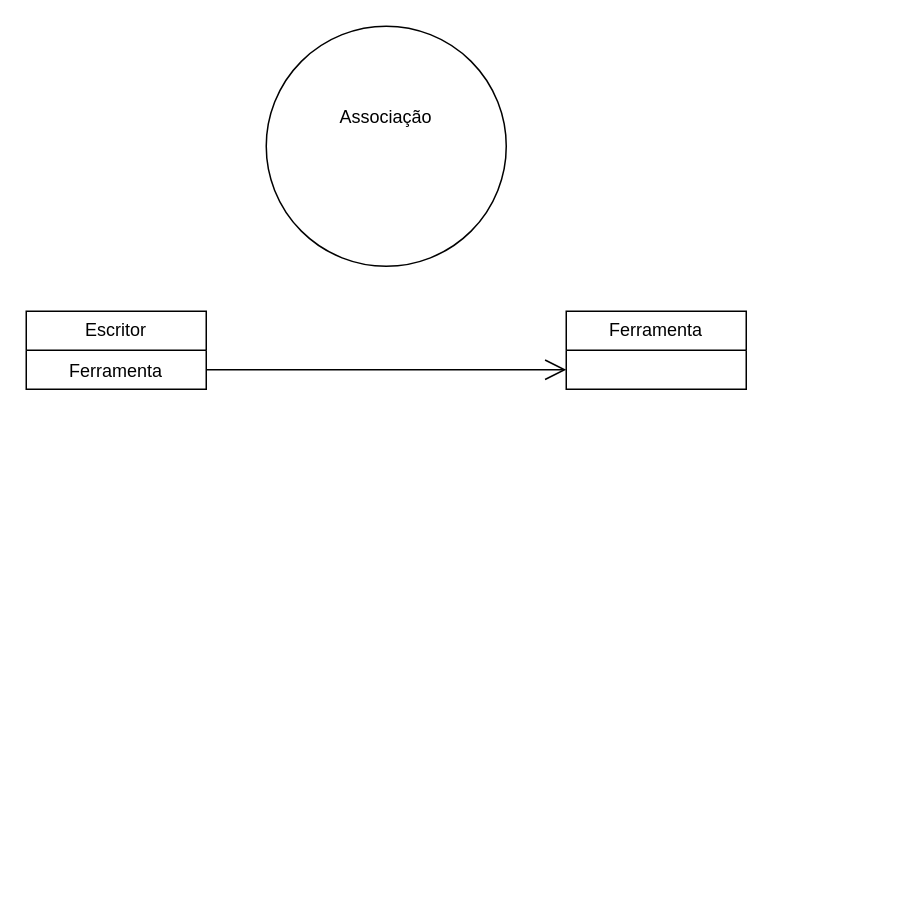
This is Secao_3_Introducao_a_Programacao_Orientada_a_Objetos_em_Python/Codigo_172.drawio from JoaoAugustoColassoHandocha/Codigos_Aulas_Curso_de_Python_3_do_basico_ao_avancado, a draw.io file, before an edit. Source tidied: cells renumbered, new cells numbered last; positions are measured from the earlier drawing's top-left corner, leaving out a move shared by most shapes. Both pictures are drawn from the tidied source at 150%, with x=0, y=0 at pixel (26, 26).
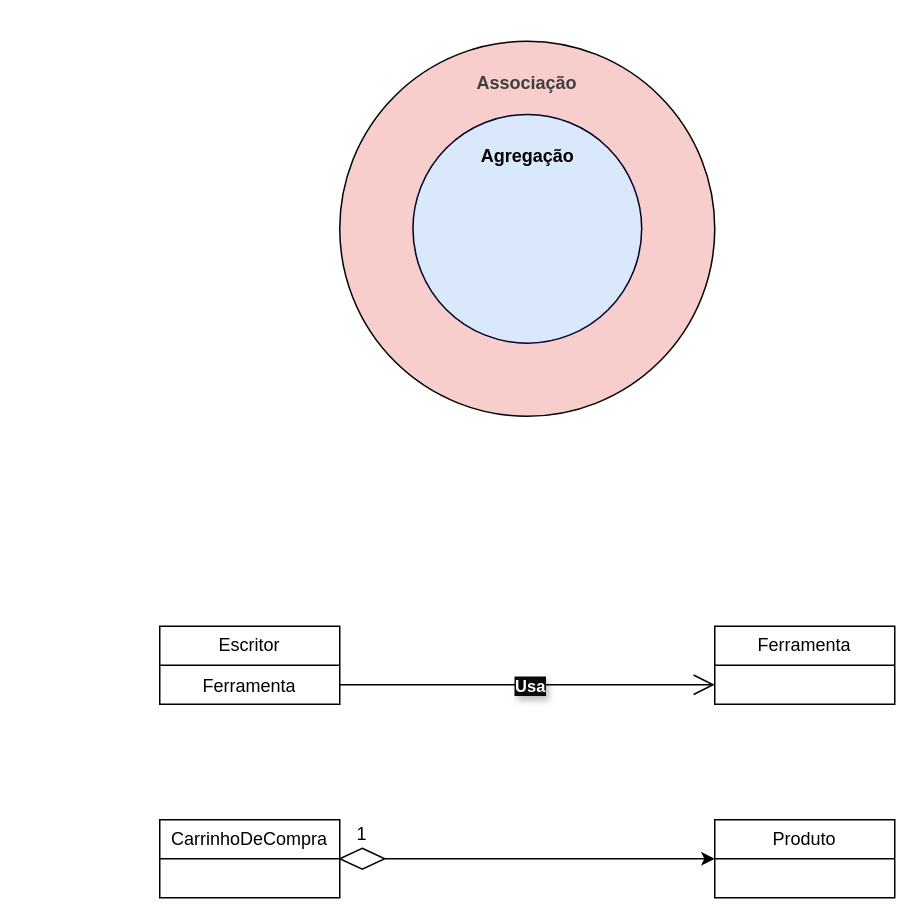
After the change.

What changed in the source:
```diff
@@
 <mxGraphModel>
   <root>
     <mxCell id="0" />
     <mxCell id="1" parent="0" />
-    <mxCell id="2" value="Associação&lt;p&gt;&lt;br&gt;&lt;/p&gt;" style="ellipse;whiteSpace=wrap;html=1;shapeInside=1;" parent="1" vertex="1">
-      <mxGeometry x="160" width="160" height="160" as="geometry" />
+    <mxCell id="2" value="&lt;span style=&quot;color: rgb(63, 63, 63);&quot;&gt;&lt;font&gt;Associação&lt;/font&gt;&lt;/span&gt;" style="ellipse;whiteSpace=wrap;html=1;shapeInside=1;labelPosition=center;verticalLabelPosition=top;align=center;verticalAlign=bottom;labelBackgroundColor=none;spacingTop=0;spacing=-35;labelBorderColor=none;fillColor=#f8cecc;strokeColor=#000000;gradientColor=none;fontStyle=1;" parent="1" vertex="1">
+      <mxGeometry x="209" y="10" width="250" height="250" as="geometry" />
     </mxCell>
     <mxCell id="3" value="Escritor" style="swimlane;fontStyle=0;horizontal=1;startSize=26;fillColor=none;whiteSpace=wrap;html=1;" parent="1" vertex="1">
-      <mxGeometry y="190" width="120" height="52" as="geometry" />
+      <mxGeometry x="89" y="400" width="120" height="52" as="geometry" />
     </mxCell>
     <mxCell id="4" value="Ferramenta" style="text;strokeColor=none;fillColor=none;align=center;verticalAlign=top;spacingLeft=4;spacingRight=4;overflow=hidden;whiteSpace=wrap;html=1;" parent="3" vertex="1">
       <mxGeometry y="26" width="120" height="26" as="geometry" />
     </mxCell>
     <mxCell id="5" value="Ferramenta" style="swimlane;fontStyle=0;horizontal=1;startSize=26;fillColor=none;whiteSpace=wrap;html=1;" parent="1" vertex="1">
-      <mxGeometry x="360" y="190" width="120" height="52" as="geometry" />
+      <mxGeometry x="459" y="400" width="120" height="52" as="geometry" />
     </mxCell>
     <mxCell id="6" style="endArrow=open;endFill=1;endSize=12;html=1;rounded=0;entryX=0;entryY=0.75;entryDx=0;entryDy=0;exitX=1;exitY=0.75;exitDx=0;exitDy=0;" parent="1" edge="1" source="3" target="5">
       <mxGeometry relative="1" as="geometry" />
     </mxCell>
+    <mxCell id="7" value="Usa" style="edgeLabel;html=1;align=center;verticalAlign=middle;fontStyle=1;textShadow=1;labelBackgroundColor=light-dark(#0a0a0a, #ededed);fontColor=light-dark(#ffffff, #ededed);" parent="6" vertex="1">
+      <mxGeometry x="-0.3" y="-1" relative="1" as="geometry">
+        <mxPoint x="38" y="-1" as="offset" />
+      </mxGeometry>
+    </mxCell>
+    <mxCell id="8" value="Agregação" style="ellipse;whiteSpace=wrap;html=1;shapeInside=1;labelPosition=center;verticalLabelPosition=top;align=center;verticalAlign=bottom;spacing=-35;fillColor=#dae8fc;strokeColor=light-dark(#000029, #5c79a3);fontStyle=1;" parent="1" vertex="1">
+      <mxGeometry x="257.8" y="58.8" width="152.5" height="152.5" as="geometry" />
+    </mxCell>
+    <mxCell id="9" style="edgeStyle=none;html=1;" parent="1" edge="1" source="11">
+      <mxGeometry relative="1" as="geometry">
+        <mxPoint x="209" y="555" as="targetPoint" />
+      </mxGeometry>
+    </mxCell>
+    <mxCell id="10" style="edgeStyle=none;html=1;" parent="1" edge="1" source="11" target="13">
+      <mxGeometry relative="1" as="geometry" />
+    </mxCell>
+    <mxCell id="11" value="CarrinhoDeCompra" style="swimlane;fontStyle=0;horizontal=1;startSize=26;fillColor=none;whiteSpace=wrap;html=1;" parent="1" vertex="1">
+      <mxGeometry x="89" y="529" width="120" height="52" as="geometry" />
+    </mxCell>
+    <mxCell id="12" value="Produto" style="swimlane;fontStyle=0;horizontal=1;startSize=26;fillColor=none;whiteSpace=wrap;html=1;" parent="1" vertex="1">
+      <mxGeometry x="459" y="529" width="120" height="52" as="geometry" />
+    </mxCell>
+    <mxCell id="13" value="1" style="rhombus;whiteSpace=wrap;html=1;shapeInside=1;fillColor=none;fontStyle=0;startSize=26;horizontal=1;labelPosition=center;verticalLabelPosition=top;align=center;verticalAlign=bottom;" parent="1" vertex="1">
+      <mxGeometry x="209" y="548" width="30" height="14" as="geometry" />
+    </mxCell>
+    <mxCell id="14" style="endArrow=classic;html=1;exitX=1;exitY=0.5;exitDx=0;exitDy=0;entryX=0;entryY=0.5;entryDx=0;entryDy=0;" parent="1" edge="1" source="13" target="12">
+      <mxGeometry relative="1" as="geometry" />
+    </mxCell>
   </root>
 </mxGraphModel>
```
